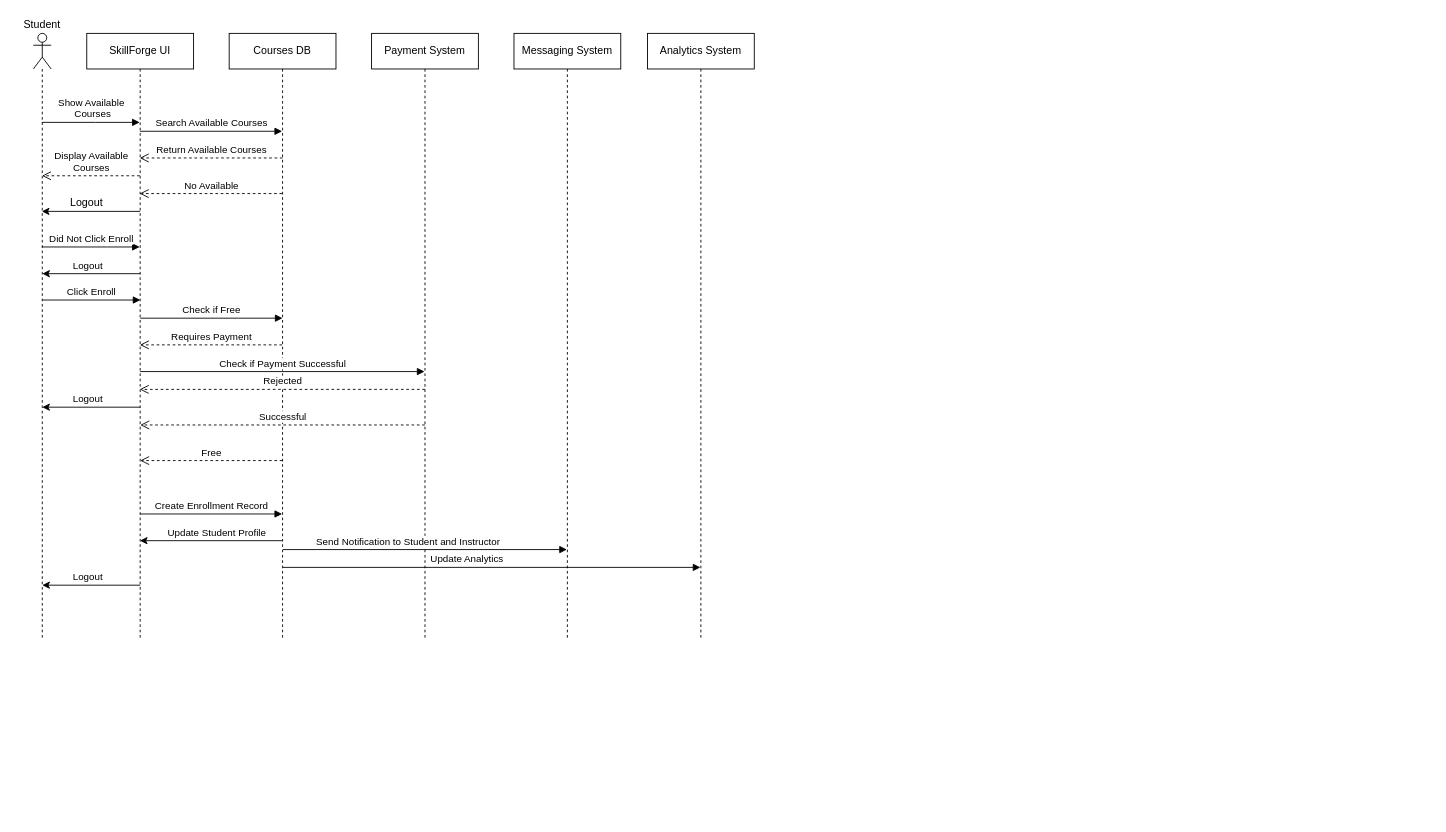
RodinaMohamed04/Lab6 keeps this draw.io diagram as SequenceDiagram.drawio. Above is the earlier version. Source tidied: cells renumbered, new cells numbered last; positions are measured from the earlier drawing's top-left corner, leaving out a move shared by most shapes. Both pictures are drawn from the tidied source at 89%, with x=0, y=0 at pixel (15, 15).
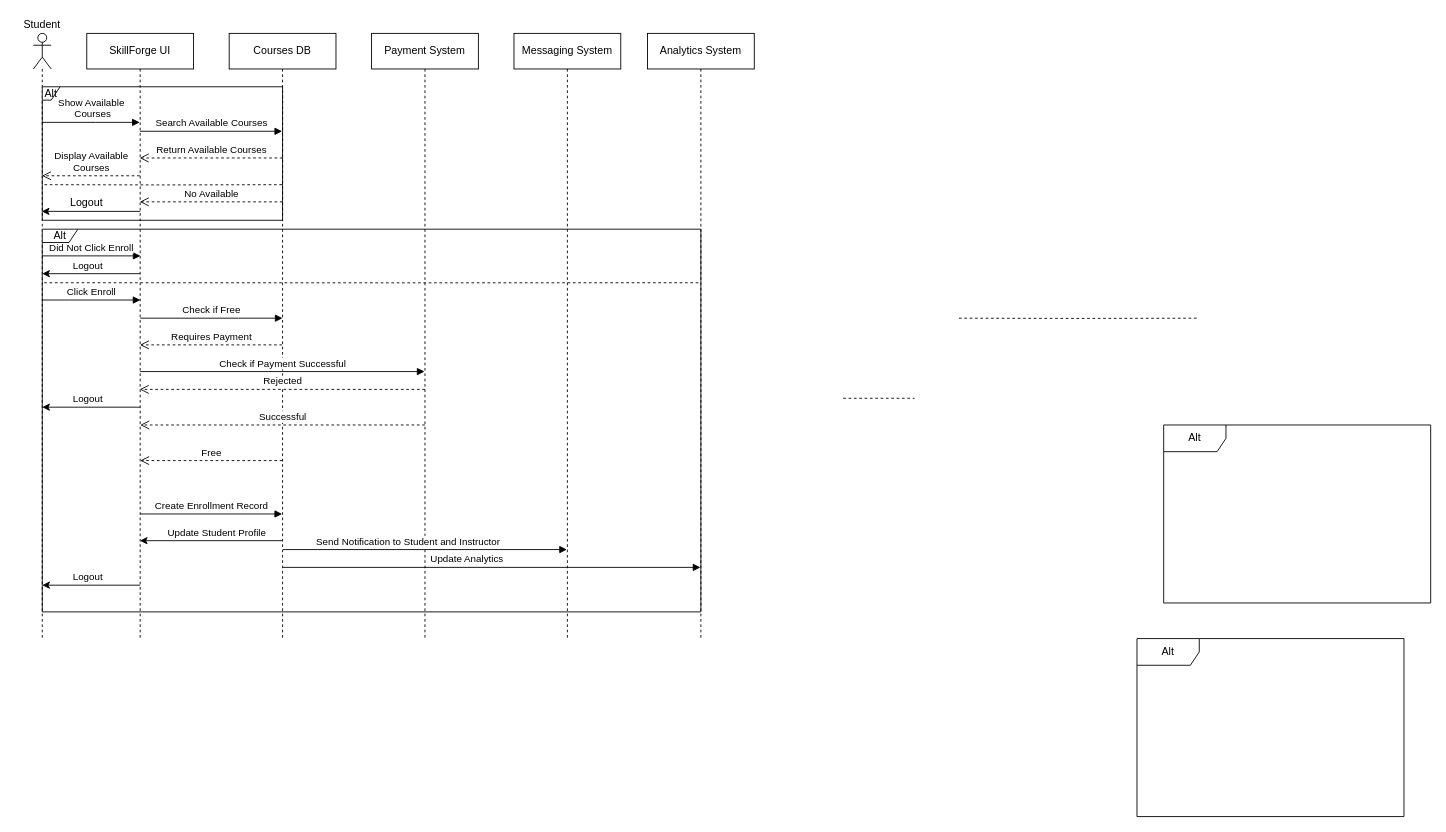
Above is the later version.

The change refers to these unchanged cells:
```xml
<mxCell id="2" value="SkillForge UI" style="shape=umlLifeline;perimeter=lifelinePerimeter;whiteSpace=wrap;html=1;outlineConnect=0;portConstraint=eastwest;newEdgeStyle={&quot;curved&quot;:0,&quot;rounded&quot;:0};" parent="1" vertex="1">
  <mxGeometry x="80" y="20" width="120" height="680" as="geometry" />
</mxCell>
<mxCell id="3" style="shape=umlLifeline;perimeter=lifelinePerimeter;whiteSpace=wrap;html=1;outlineConnect=0;portConstraint=eastwest;newEdgeStyle={&quot;curved&quot;:0,&quot;rounded&quot;:0};participant=umlActor;" parent="1" vertex="1">
  <mxGeometry x="20" y="20" width="20" height="680" as="geometry" />
</mxCell>
<mxCell id="4" value="Courses DB" style="shape=umlLifeline;perimeter=lifelinePerimeter;whiteSpace=wrap;html=1;outlineConnect=0;portConstraint=eastwest;newEdgeStyle={&quot;curved&quot;:0,&quot;rounded&quot;:0};" parent="1" vertex="1">
  <mxGeometry x="240" y="20" width="120" height="680" as="geometry" />
</mxCell>
```

The edit, as a diff of the source:
```diff
@@
-    <mxCell id="14" value="No Available" style="html=1;verticalAlign=bottom;endArrow=open;dashed=1;endSize=8;curved=0;rounded=0;" parent="1" edge="1" source="4" target="2">
+    <mxCell id="14" value="No Available" style="html=1;verticalAlign=bottom;endArrow=open;dashed=1;endSize=8;curved=0;rounded=0;" parent="1" edge="1">
       <mxGeometry relative="1" as="geometry">
+        <mxPoint x="300" y="209.3" as="sourcePoint" />
+        <mxPoint x="139.6" y="209.3" as="targetPoint" />
         <Array as="points">
-          <mxPoint x="200" y="200" />
+          <mxPoint x="200.5" y="209.3" />
         </Array>
       </mxGeometry>
     </mxCell>
@@
-    <mxCell id="19" value="Did Not Click Enroll" style="html=1;verticalAlign=bottom;endArrow=block;curved=0;rounded=0;" parent="1" edge="1" source="3" target="2">
+    <mxCell id="19" value="Did Not Click Enroll" style="html=1;verticalAlign=bottom;endArrow=block;curved=0;rounded=0;" parent="1" edge="1">
       <mxGeometry relative="1" as="geometry">
+        <mxPoint x="30" y="270" as="sourcePoint" />
+        <mxPoint x="140.4" y="270" as="targetPoint" />
         <Array as="points">
-          <mxPoint x="103.2" y="260" />
+          <mxPoint x="104.1" y="270" />
         </Array>
       </mxGeometry>
     </mxCell>
@@
+    <mxCell id="35" value="Alt" style="shape=umlFrame;whiteSpace=wrap;html=1;width=20;height=15;" parent="1" vertex="1">
+      <mxGeometry x="30" y="80" width="270" height="150" as="geometry" />
+    </mxCell>
+    <mxCell id="36" value="Alt" style="shape=umlFrame;whiteSpace=wrap;html=1;width=40;height=15;" parent="1" vertex="1">
+      <mxGeometry x="30" y="240" width="740" height="430" as="geometry" />
+    </mxCell>
+    <mxCell id="37" value="Alt" style="shape=umlFrame;whiteSpace=wrap;html=1;width=70;height=30;" parent="1" vertex="1">
+      <mxGeometry x="1260" y="700" width="300" height="200" as="geometry" />
+    </mxCell>
+    <mxCell id="38" style="endArrow=none;dashed=1;html=1;rounded=0;" parent="1" edge="1">
+      <mxGeometry relative="1" as="geometry">
+        <mxPoint x="930" y="430" as="sourcePoint" />
+        <mxPoint x="1010" y="430" as="targetPoint" />
+      </mxGeometry>
+    </mxCell>
+    <mxCell id="39" style="endArrow=none;dashed=1;html=1;rounded=0;entryX=0.997;entryY=0.14;entryDx=0;entryDy=0;entryPerimeter=0;exitX=0.003;exitY=0.14;exitDx=0;exitDy=0;exitPerimeter=0;" parent="1" edge="1" source="36" target="36">
+      <mxGeometry relative="1" as="geometry">
+        <Array as="points">
+          <mxPoint x="466.8" y="300.3" />
+        </Array>
+      </mxGeometry>
+    </mxCell>
+    <mxCell id="40" style="endArrow=none;dashed=1;html=1;rounded=0;entryX=1.003;entryY=0.698;entryDx=0;entryDy=0;entryPerimeter=0;" parent="1" edge="1">
+      <mxGeometry relative="1" as="geometry">
+        <mxPoint x="1060" y="340" as="sourcePoint" />
+        <mxPoint x="1327.6" y="340" as="targetPoint" />
+        <Array as="points">
+          <mxPoint x="1196.8" y="340.3" />
+        </Array>
+      </mxGeometry>
+    </mxCell>
+    <mxCell id="41" style="endArrow=none;dashed=1;html=1;rounded=0;entryX=1.003;entryY=0.698;entryDx=0;entryDy=0;entryPerimeter=0;" parent="1" edge="1">
+      <mxGeometry relative="1" as="geometry">
+        <mxPoint x="32.4" y="190" as="sourcePoint" />
+        <mxPoint x="300" y="190" as="targetPoint" />
+        <Array as="points">
+          <mxPoint x="169.2" y="190.3" />
+        </Array>
+      </mxGeometry>
+    </mxCell>
+    <mxCell id="42" value="Alt" style="shape=umlFrame;whiteSpace=wrap;html=1;width=70;height=30;" parent="1" vertex="1">
+      <mxGeometry x="1290" y="460" width="300" height="200" as="geometry" />
+    </mxCell>
```
